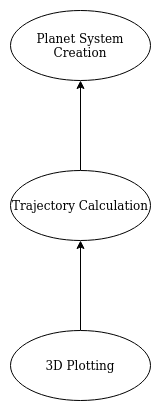
This is documentation/DDD/RelationshipDiagram.png from bhabicht/gravity-sim, a draw.io export, as it was before one commit. Source tidied: cells renumbered, new cells last; positions are measured from the earlier drawing's top-left corner, leaving out a move shared by most shapes.
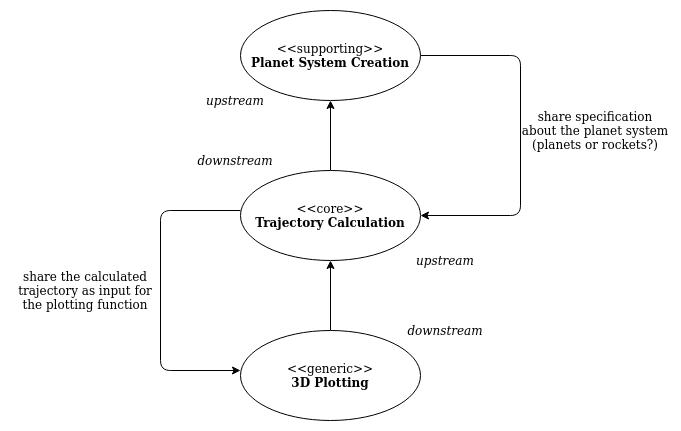
The same file after the commit.

Commit message:
improve DDD diagram

Diff of the diagram source:
```diff
@@ -2,20 +2,56 @@
   <root>
     <mxCell id="0" />
     <mxCell id="1" parent="0" />
-    <mxCell id="2" value="Planet System Creation" style="ellipse;whiteSpace=wrap;html=1;" parent="1" vertex="1">
-      <mxGeometry width="140" height="70" as="geometry" />
+    <mxCell id="2" value="&lt;div&gt;&amp;lt;&amp;lt;supporting&amp;gt;&amp;gt;&lt;br&gt;&lt;/div&gt;&lt;div&gt;&lt;b&gt;Planet System Creation&lt;/b&gt;&lt;/div&gt;" style="ellipse;whiteSpace=wrap;html=1;" parent="1" vertex="1">
+      <mxGeometry width="180" height="90" as="geometry" />
     </mxCell>
     <mxCell id="3" style="edgeStyle=orthogonalEdgeStyle;rounded=0;jettySize=auto;html=1;entryX=0.5;entryY=1;entryDx=0;entryDy=0;" parent="1" edge="1" source="4" target="2">
       <mxGeometry relative="1" as="geometry" />
     </mxCell>
-    <mxCell id="4" value="Trajectory Calculation" style="ellipse;whiteSpace=wrap;html=1;" parent="1" vertex="1">
-      <mxGeometry y="160" width="140" height="70" as="geometry" />
+    <mxCell id="4" value="&lt;div&gt;&amp;lt;&amp;lt;core&amp;gt;&amp;gt; &lt;br&gt;&lt;/div&gt;&lt;div&gt;&lt;b&gt;Trajectory Calculation&lt;/b&gt;&lt;/div&gt;" style="ellipse;whiteSpace=wrap;html=1;" parent="1" vertex="1">
+      <mxGeometry y="160" width="180" height="90" as="geometry" />
     </mxCell>
     <mxCell id="5" style="edgeStyle=orthogonalEdgeStyle;rounded=0;jettySize=auto;html=1;entryX=0.5;entryY=1;entryDx=0;entryDy=0;" parent="1" edge="1" source="6" target="4">
       <mxGeometry relative="1" as="geometry" />
     </mxCell>
-    <mxCell id="6" value="3D Plotting" style="ellipse;whiteSpace=wrap;html=1;" parent="1" vertex="1">
-      <mxGeometry y="320" width="140" height="70" as="geometry" />
+    <mxCell id="6" value="&lt;div&gt;&amp;lt;&amp;lt;generic&amp;gt;&amp;gt;&lt;br&gt;&lt;/div&gt;&lt;div&gt;&lt;b&gt;3D Plotting&lt;/b&gt;&lt;/div&gt;" style="ellipse;whiteSpace=wrap;html=1;" parent="1" vertex="1">
+      <mxGeometry y="320" width="180" height="90" as="geometry" />
     </mxCell>
+    <mxCell id="7" style="edgeStyle=segmentEdgeStyle;endArrow=classic;html=1;exitX=1;exitY=0.5;exitDx=0;exitDy=0;entryX=1;entryY=0.5;entryDx=0;entryDy=0;" parent="1" edge="1" source="2" target="4">
+      <mxGeometry relative="1" as="geometry">
+        <Array as="points">
+          <mxPoint x="280" y="45" />
+          <mxPoint x="280" y="205" />
+        </Array>
+      </mxGeometry>
+    </mxCell>
+    <mxCell id="8" style="edgeStyle=segmentEdgeStyle;endArrow=classic;html=1;exitX=1;exitY=0.5;exitDx=0;exitDy=0;entryX=1;entryY=0.5;entryDx=0;entryDy=0;" parent="1" edge="1">
+      <mxGeometry relative="1" as="geometry">
+        <mxPoint y="200" as="sourcePoint" />
+        <mxPoint y="360" as="targetPoint" />
+        <Array as="points">
+          <mxPoint x="-80" y="200" />
+          <mxPoint x="-80" y="360" />
+        </Array>
+      </mxGeometry>
+    </mxCell>
+    <mxCell id="9" value="&lt;div&gt;upstream&lt;/div&gt;" style="text;html=1;strokeColor=none;fillColor=none;align=center;verticalAlign=middle;whiteSpace=wrap;rounded=0;fontStyle=2;" parent="1" vertex="1">
+      <mxGeometry x="-40" y="80" width="70" height="20" as="geometry" />
+    </mxCell>
+    <mxCell id="10" value="&lt;div&gt;upstream&lt;/div&gt;" style="text;html=1;strokeColor=none;fillColor=none;align=center;verticalAlign=middle;whiteSpace=wrap;rounded=0;fontStyle=2;" parent="1" vertex="1">
+      <mxGeometry x="170" y="240" width="70" height="20" as="geometry" />
+    </mxCell>
+    <mxCell id="11" value="downstream" style="text;html=1;strokeColor=none;fillColor=none;align=center;verticalAlign=middle;whiteSpace=wrap;rounded=0;fontStyle=2;" parent="1" vertex="1">
+      <mxGeometry x="170" y="310" width="70" height="20" as="geometry" />
+    </mxCell>
+    <mxCell id="12" value="downstream" style="text;html=1;strokeColor=none;fillColor=none;align=center;verticalAlign=middle;whiteSpace=wrap;rounded=0;fontStyle=2;" parent="1" vertex="1">
+      <mxGeometry x="-40" y="140" width="70" height="20" as="geometry" />
+    </mxCell>
+    <mxCell id="13" value="share specification about the planet system (planets or rockets?)" style="text;html=1;strokeColor=none;fillColor=none;align=center;verticalAlign=middle;whiteSpace=wrap;rounded=0;" parent="1" vertex="1">
+      <mxGeometry x="280" y="90" width="150" height="60" as="geometry" />
+    </mxCell>
+    <mxCell id="14" value="&lt;div&gt;share the calculated trajectory as input for the plotting function&lt;/div&gt;" style="text;html=1;strokeColor=none;fillColor=none;align=center;verticalAlign=middle;whiteSpace=wrap;rounded=0;" parent="1" vertex="1">
+      <mxGeometry x="-230" y="250" width="150" height="60" as="geometry" />
+    </mxCell>
   </root>
 </mxGraphModel>
```
